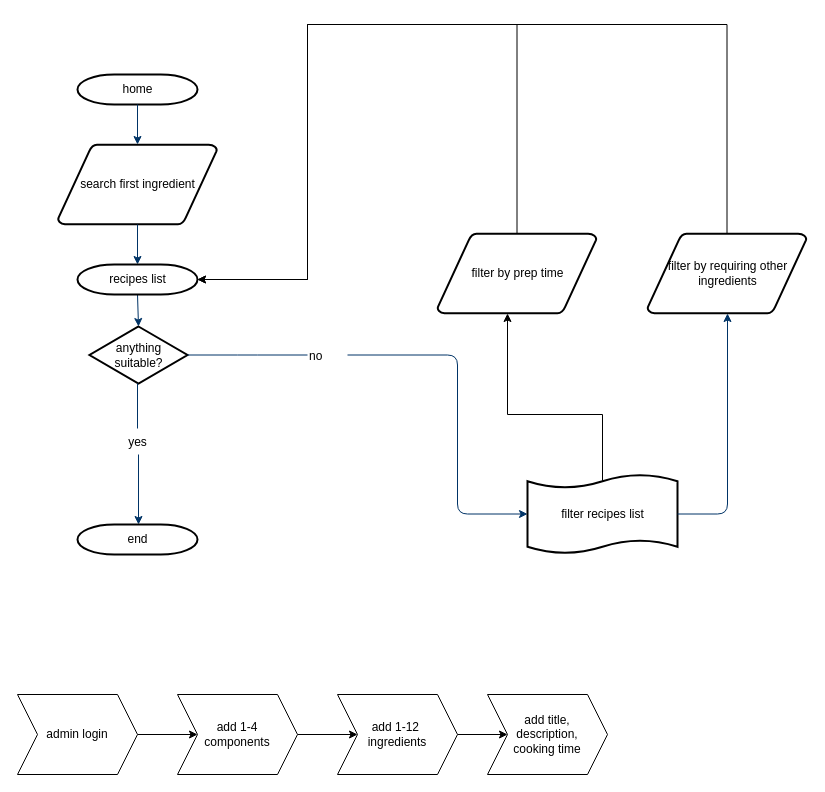
This is docs/user-flow.drawio from hfmckenna/skran-app, a draw.io file, before an edit. Source tidied: cells renumbered, new cells numbered last; positions are measured from the earlier drawing's top-left corner, leaving out a move shared by most shapes. Both pictures are drawn from the tidied source at 100%, with x=0, y=0 at pixel (17, 24).
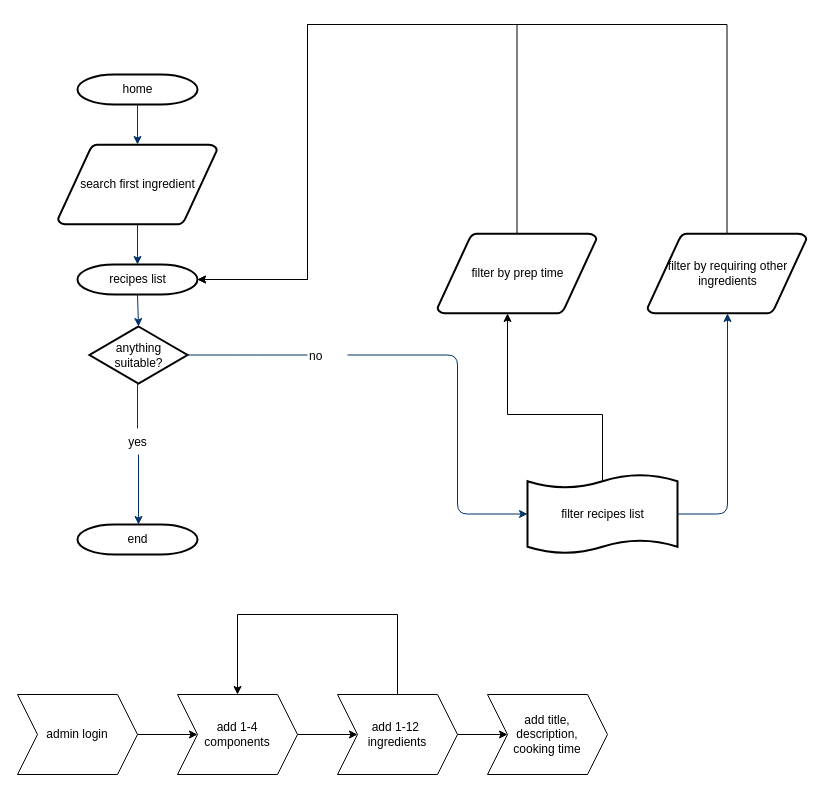
After the change.

The change refers to these unchanged cells:
```xml
<mxCell id="26" value="add 1-4 &lt;br&gt;components" style="shape=step;perimeter=stepPerimeter;whiteSpace=wrap;html=1;fixedSize=1;" parent="1" vertex="1">
  <mxGeometry x="160" y="670" width="120" height="80" as="geometry" />
</mxCell>
<mxCell id="28" value="add 1-12&amp;nbsp;&lt;br&gt;ingredients" style="shape=step;perimeter=stepPerimeter;whiteSpace=wrap;html=1;fixedSize=1;" parent="1" vertex="1">
  <mxGeometry x="320" y="670" width="120" height="80" as="geometry" />
</mxCell>
```

Change to the diagram source:
```diff
@@
+    <mxCell id="30" style="edgeStyle=orthogonalEdgeStyle;rounded=0;jettySize=auto;html=1;entryX=0.5;entryY=0;entryDx=0;entryDy=0;" parent="1" edge="1" source="28" target="26">
+      <mxGeometry relative="1" as="geometry">
+        <Array as="points">
+          <mxPoint x="380" y="590" />
+          <mxPoint x="220" y="590" />
+        </Array>
+      </mxGeometry>
+    </mxCell>
```
